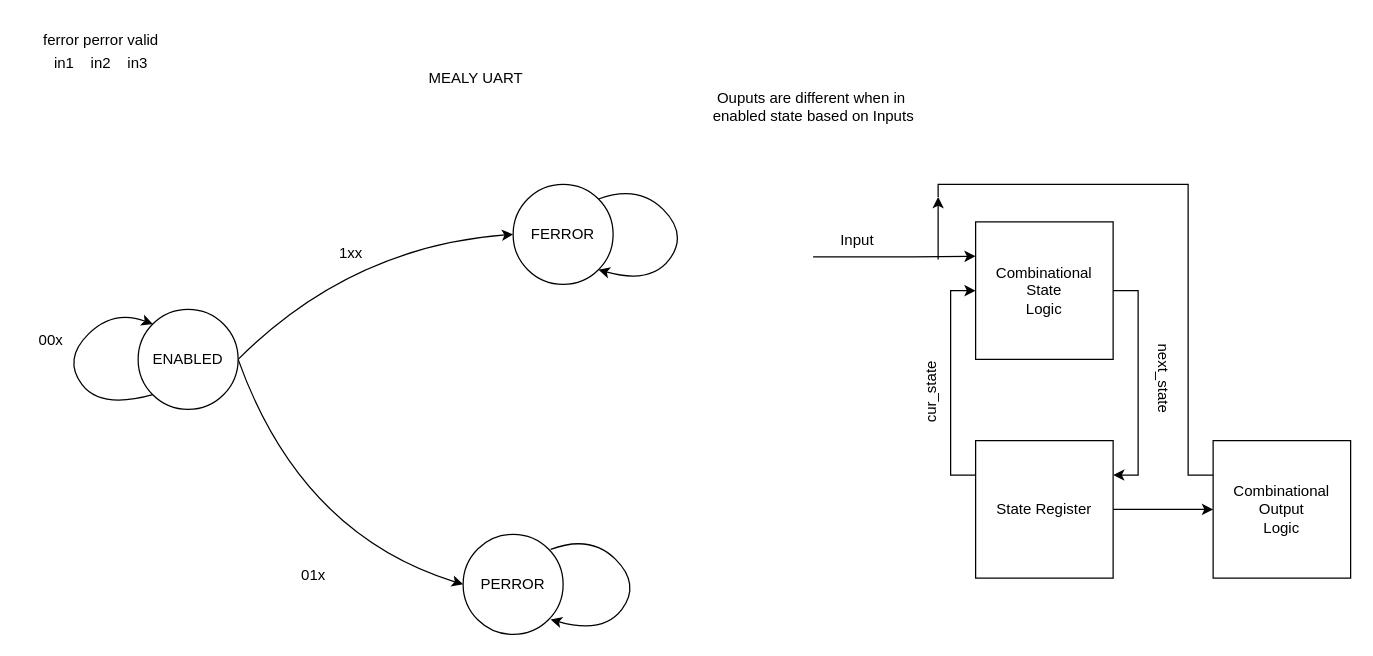
Before: Lab2/Dataflow/UART (1).drawio in PANAGIVTHS/Vivado-Projects, a draw.io diagram. Source tidied: cells renumbered, new cells numbered last; positions are measured from the earlier drawing's top-left corner, leaving out a move shared by most shapes. Both pictures are drawn from the tidied source at 125%, with x=0, y=0 at pixel (25, 21).
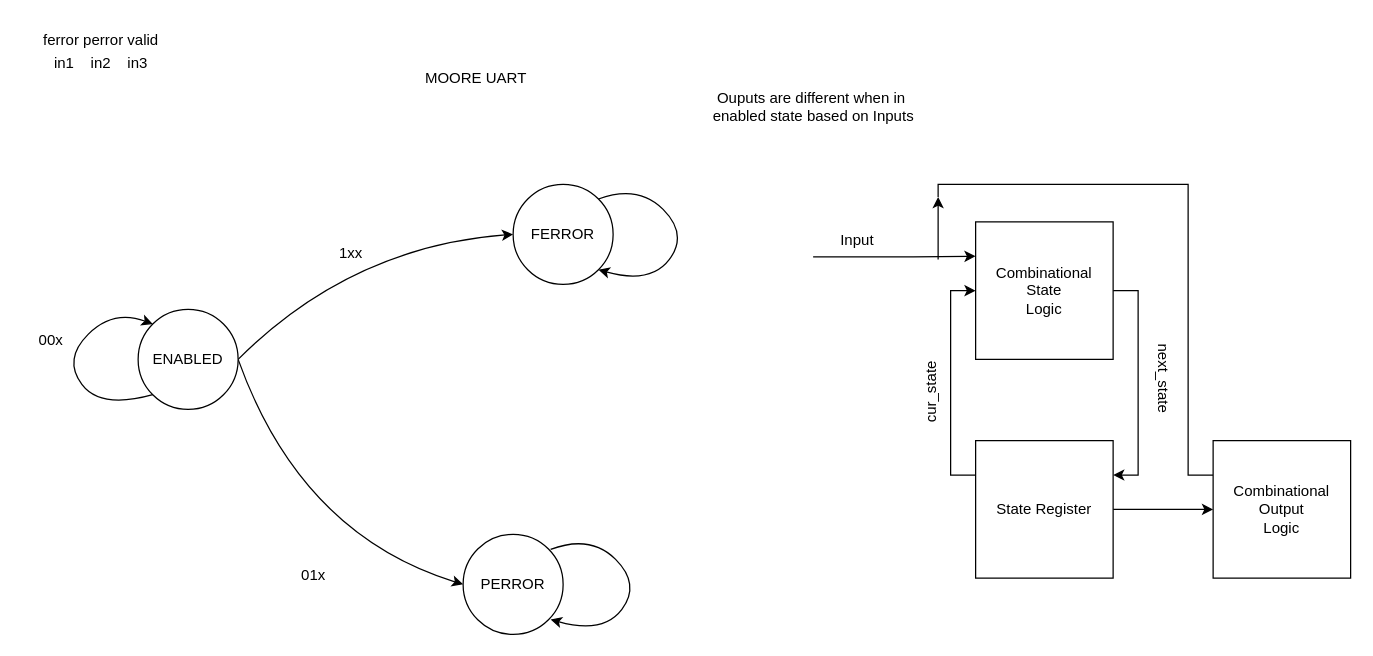
The same page after the edit.

Change to the diagram source:
```diff
@@
-    <mxCell id="9" value="MEALY UART" style="text;html=1;align=center;verticalAlign=middle;strokeColor=none;fillColor=none;" parent="1" vertex="1">
+    <mxCell id="9" value="MOORE UART" style="text;html=1;align=center;verticalAlign=middle;strokeColor=none;fillColor=none;" parent="1" vertex="1">
       <mxGeometry x="310" y="30" width="100" height="30" as="geometry" />
     </mxCell>
```
